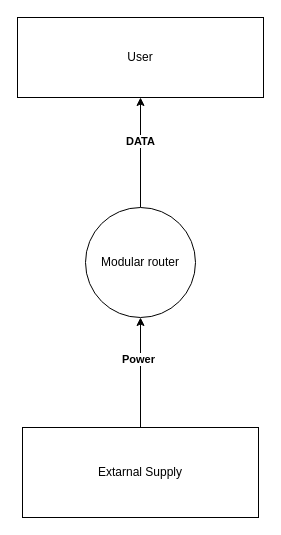
Earlier version of the draw.io diagram DCD.drawio (Pietertv/Crownstone_graduation_internship_Pieter_ten_Velde). Source tidied: cells renumbered, new cells numbered last; positions are measured from the earlier drawing's top-left corner, leaving out a move shared by most shapes. Both pictures are drawn from the tidied source at 100%, with x=0, y=0 at pixel (17, 17).
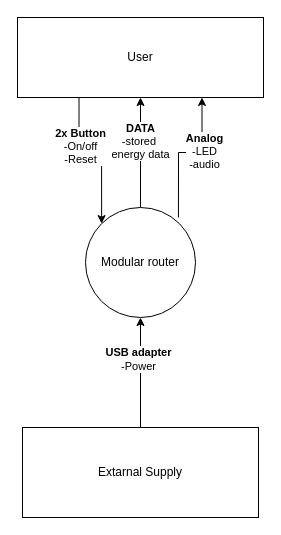
The same page after the edit.

What changed in the source:
```diff
@@
 <mxGraphModel>
   <root>
     <mxCell id="0" />
     <mxCell id="1" parent="0" />
     <mxCell id="2" style="edgeStyle=orthogonalEdgeStyle;rounded=0;jettySize=auto;html=1;exitX=0.5;exitY=0;exitDx=0;exitDy=0;entryX=0.5;entryY=1;entryDx=0;entryDy=0;" parent="1" edge="1" source="4" target="5">
       <mxGeometry relative="1" as="geometry" />
     </mxCell>
-    <mxCell id="3" value="&lt;b&gt;DATA&lt;/b&gt;" style="edgeLabel;html=1;align=center;verticalAlign=middle;" parent="2" vertex="1">
+    <mxCell id="3" value="&lt;b&gt;DATA&lt;/b&gt;&lt;br&gt;-stored&amp;nbsp;&lt;br&gt;energy data" style="edgeLabel;html=1;align=center;verticalAlign=middle;" parent="2" vertex="1">
       <mxGeometry x="0.22" y="1" relative="1" as="geometry" />
     </mxCell>
     <mxCell id="4" value="Modular router" style="ellipse;whiteSpace=wrap;html=1;" parent="1" vertex="1">
       <mxGeometry x="68" y="190" width="110" height="110" as="geometry" />
     </mxCell>
+    <mxCell id="9" style="edgeStyle=orthogonalEdgeStyle;rounded=0;jettySize=auto;html=1;exitX=0.25;exitY=1;exitDx=0;exitDy=0;entryX=0;entryY=0;entryDx=0;entryDy=0;" parent="1" edge="1" source="5" target="4">
+      <mxGeometry relative="1" as="geometry" />
+    </mxCell>
+    <mxCell id="10" value="&lt;b&gt;2x Button&lt;/b&gt;&lt;br&gt;-On/off&lt;br&gt;-Reset" style="edgeLabel;html=1;align=center;verticalAlign=middle;" parent="9" vertex="1">
+      <mxGeometry x="-0.35" y="1" relative="1" as="geometry" />
+    </mxCell>
+    <mxCell id="11" style="edgeStyle=orthogonalEdgeStyle;rounded=0;jettySize=auto;html=1;exitX=0.75;exitY=1;exitDx=0;exitDy=0;entryX=0.845;entryY=0.091;entryDx=0;entryDy=0;entryPerimeter=0;startArrow=classic;startFill=1;endArrow=none;endFill=0;" parent="1" edge="1" source="5" target="4">
+      <mxGeometry relative="1" as="geometry" />
+    </mxCell>
+    <mxCell id="12" value="&lt;b&gt;Analog&lt;br&gt;&lt;/b&gt;-LED&lt;br&gt;-audio" style="edgeLabel;html=1;align=center;verticalAlign=middle;" parent="11" vertex="1">
+      <mxGeometry x="-0.26" y="2" relative="1" as="geometry" />
+    </mxCell>
     <mxCell id="5" value="User" style="rounded=0;whiteSpace=wrap;html=1;" parent="1" vertex="1">
       <mxGeometry width="246" height="80" as="geometry" />
     </mxCell>
     <mxCell id="6" style="edgeStyle=orthogonalEdgeStyle;rounded=0;jettySize=auto;html=1;exitX=0.5;exitY=0;exitDx=0;exitDy=0;entryX=0.5;entryY=1;entryDx=0;entryDy=0;" parent="1" edge="1" source="8" target="4">
       <mxGeometry relative="1" as="geometry" />
     </mxCell>
-    <mxCell id="7" value="&lt;b&gt;Power&lt;/b&gt;" style="edgeLabel;html=1;align=center;verticalAlign=middle;" parent="6" vertex="1">
+    <mxCell id="7" value="&lt;b&gt;USB adapter&lt;/b&gt;&lt;br&gt;-Power" style="edgeLabel;html=1;align=center;verticalAlign=middle;" parent="6" vertex="1">
       <mxGeometry x="0.25" y="3" relative="1" as="geometry" />
     </mxCell>
     <mxCell id="8" value="Extarnal Supply" style="rounded=0;whiteSpace=wrap;html=1;" parent="1" vertex="1">
       <mxGeometry x="5" y="410" width="236" height="90" as="geometry" />
     </mxCell>
   </root>
 </mxGraphModel>
```
